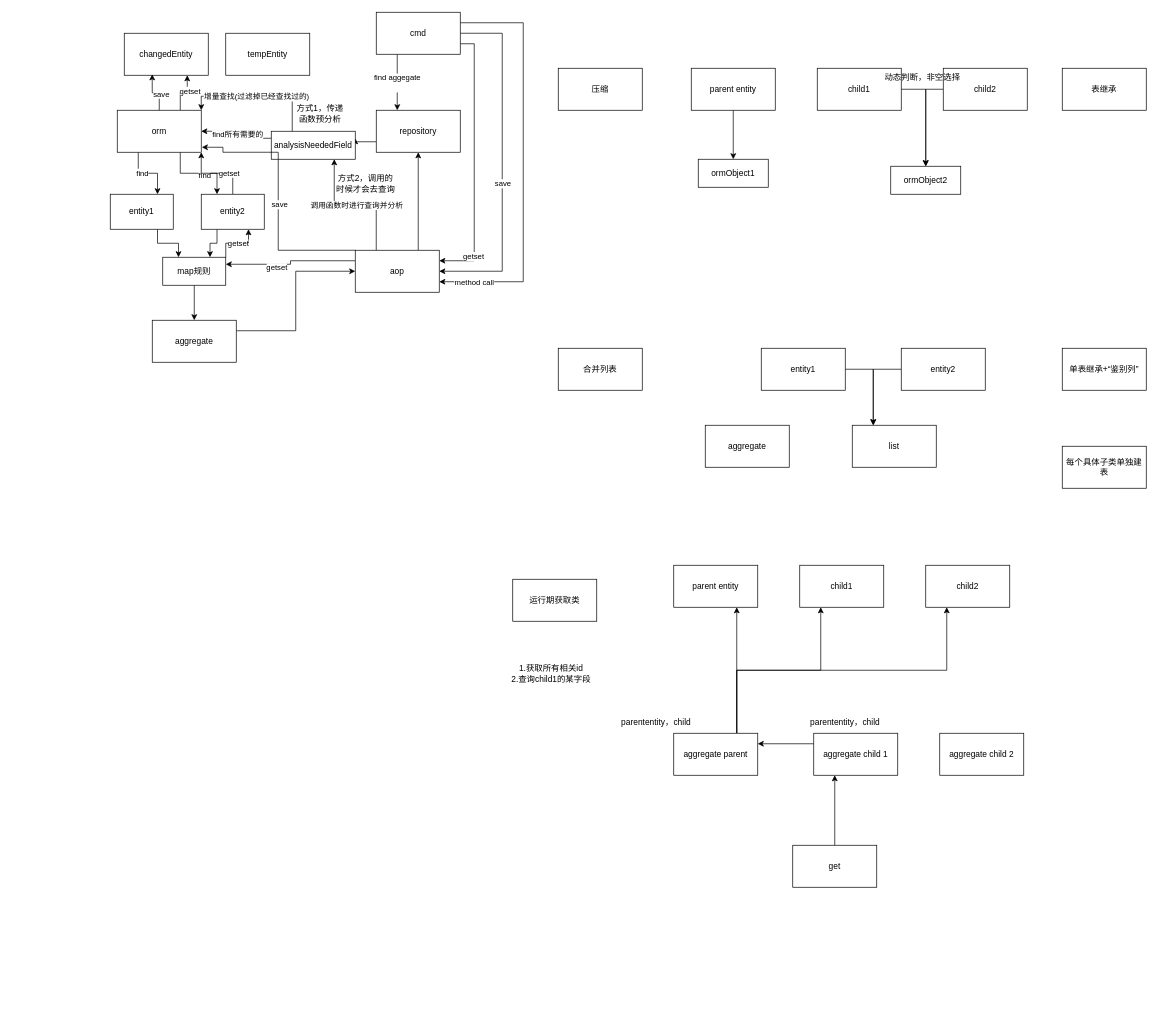
Before: better-ddd-jimmer/draw/better-ddd流程.drawio in morecup/jimmer-ddd, a draw.io diagram. Source tidied: cells renumbered, new cells numbered last; positions are measured from the earlier drawing's top-left corner, leaving out a move shared by most shapes. Both pictures are drawn from the tidied source at 70%, with x=0, y=0 at pixel (110, 12).
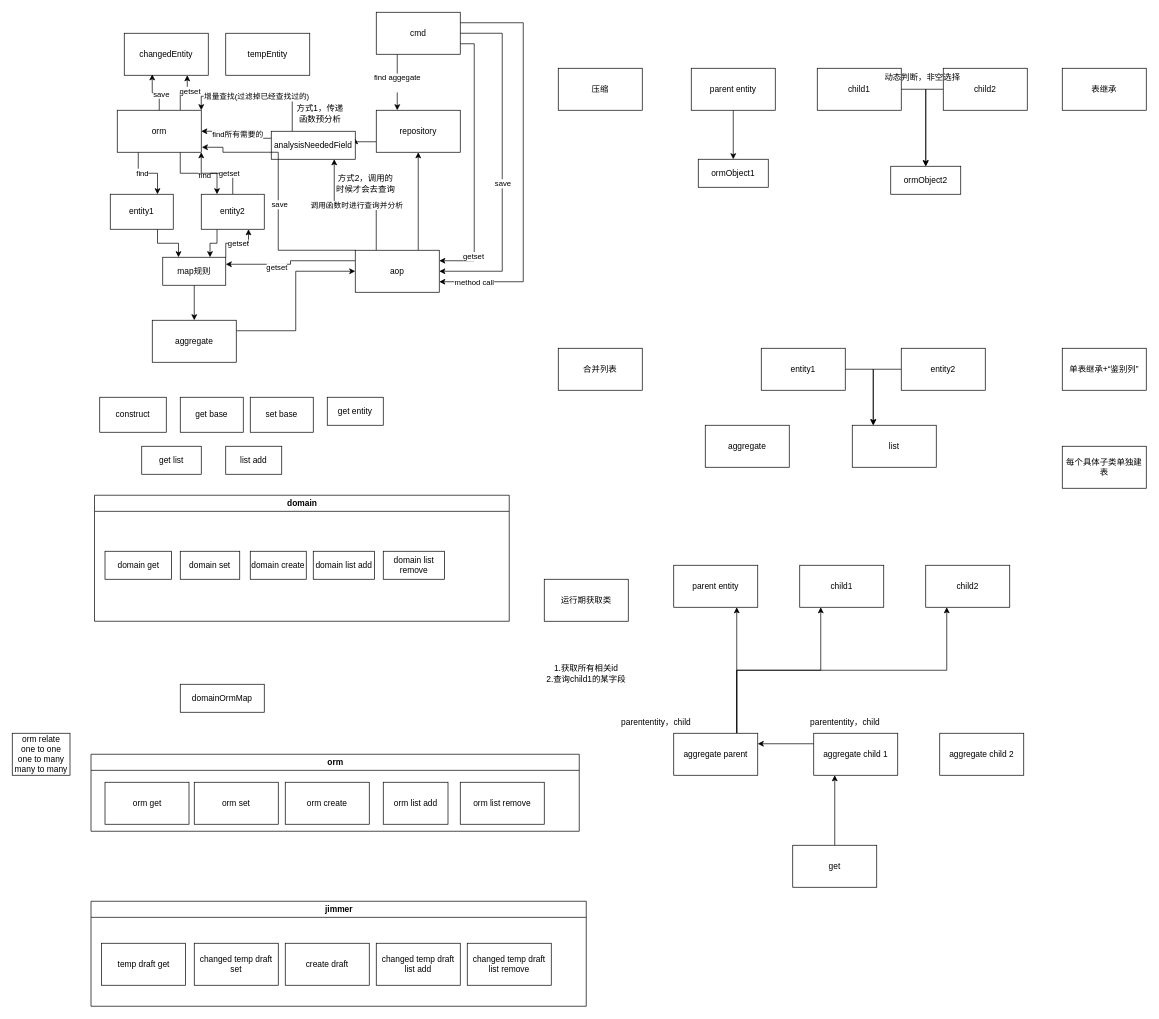
After the change.

What changed in the source:
```diff
@@
     <mxCell id="66" value="运行期获取类" style="rounded=0;whiteSpace=wrap;html=1;" parent="1" vertex="1">
-      <mxGeometry x="575" y="810" width="120" height="60" as="geometry" />
+      <mxGeometry x="620" y="810" width="120" height="60" as="geometry" />
     </mxCell>
@@
     <mxCell id="80" value="1.获取所有相关id&lt;div&gt;2.查询child1的某字段&lt;/div&gt;" style="text;html=1;align=center;verticalAlign=middle;whiteSpace=wrap;rounded=0;" parent="1" vertex="1">
-      <mxGeometry x="515" y="890" width="230" height="110" as="geometry" />
+      <mxGeometry x="565" y="890" width="230" height="110" as="geometry" />
     </mxCell>
@@
+    <mxCell id="87" value="construct" style="rounded=0;whiteSpace=wrap;html=1;" parent="1" vertex="1">
+      <mxGeometry x="-15" y="550" width="95" height="50" as="geometry" />
+    </mxCell>
+    <mxCell id="88" value="get base" style="rounded=0;whiteSpace=wrap;html=1;" parent="1" vertex="1">
+      <mxGeometry x="100" y="550" width="90" height="50" as="geometry" />
+    </mxCell>
+    <mxCell id="89" value="set base" style="rounded=0;whiteSpace=wrap;html=1;" parent="1" vertex="1">
+      <mxGeometry x="200" y="550" width="90" height="50" as="geometry" />
+    </mxCell>
+    <mxCell id="90" value="list add" style="rounded=0;whiteSpace=wrap;html=1;" parent="1" vertex="1">
+      <mxGeometry x="165" y="620" width="80" height="40" as="geometry" />
+    </mxCell>
+    <mxCell id="91" value="get list" style="rounded=0;whiteSpace=wrap;html=1;" parent="1" vertex="1">
+      <mxGeometry x="45" y="620" width="85" height="40" as="geometry" />
+    </mxCell>
+    <mxCell id="92" value="get entity" style="rounded=0;whiteSpace=wrap;html=1;" parent="1" vertex="1">
+      <mxGeometry x="310" y="550" width="80" height="40" as="geometry" />
+    </mxCell>
+    <mxCell id="93" value="domain" style="swimlane;whiteSpace=wrap;html=1;" parent="1" vertex="1">
+      <mxGeometry x="-22.5" y="690" width="592.5" height="180" as="geometry" />
+    </mxCell>
+    <mxCell id="94" value="domain get" style="whiteSpace=wrap;html=1;" parent="93" vertex="1">
+      <mxGeometry x="15" y="80" width="95" height="40" as="geometry" />
+    </mxCell>
+    <mxCell id="95" value="domain set" style="whiteSpace=wrap;html=1;" parent="93" vertex="1">
+      <mxGeometry x="122.5" y="80" width="85" height="40" as="geometry" />
+    </mxCell>
+    <mxCell id="96" value="domain create" style="rounded=0;whiteSpace=wrap;html=1;" parent="93" vertex="1">
+      <mxGeometry x="222.5" y="80" width="80" height="40" as="geometry" />
+    </mxCell>
+    <mxCell id="97" value="domain list add" style="rounded=0;whiteSpace=wrap;html=1;" parent="93" vertex="1">
+      <mxGeometry x="312.5" y="80" width="87.5" height="40" as="geometry" />
+    </mxCell>
+    <mxCell id="98" value="domain list remove" style="rounded=0;whiteSpace=wrap;html=1;" parent="93" vertex="1">
+      <mxGeometry x="412.5" y="80" width="87.5" height="40" as="geometry" />
+    </mxCell>
+    <mxCell id="99" value="orm" style="swimlane;whiteSpace=wrap;html=1;" parent="1" vertex="1">
+      <mxGeometry x="-27.5" y="1060" width="697.5" height="110" as="geometry" />
+    </mxCell>
+    <mxCell id="100" value="orm get" style="rounded=0;whiteSpace=wrap;html=1;" parent="99" vertex="1">
+      <mxGeometry x="20" y="40" width="120" height="60" as="geometry" />
+    </mxCell>
+    <mxCell id="101" value="orm set" style="rounded=0;whiteSpace=wrap;html=1;" parent="99" vertex="1">
+      <mxGeometry x="147.5" y="40" width="120" height="60" as="geometry" />
+    </mxCell>
+    <mxCell id="102" value="orm create" style="rounded=0;whiteSpace=wrap;html=1;" parent="99" vertex="1">
+      <mxGeometry x="277.5" y="40" width="120" height="60" as="geometry" />
+    </mxCell>
+    <mxCell id="103" value="orm list add" style="rounded=0;whiteSpace=wrap;html=1;" parent="99" vertex="1">
+      <mxGeometry x="417.5" y="40" width="92.5" height="60" as="geometry" />
+    </mxCell>
+    <mxCell id="104" value="orm list remove" style="rounded=0;whiteSpace=wrap;html=1;" parent="99" vertex="1">
+      <mxGeometry x="527.5" y="40" width="120" height="60" as="geometry" />
+    </mxCell>
+    <mxCell id="105" value="domainOrmMap" style="rounded=0;whiteSpace=wrap;html=1;" parent="1" vertex="1">
+      <mxGeometry x="100" y="960" width="120" height="40" as="geometry" />
+    </mxCell>
+    <mxCell id="106" value="jimmer" style="swimlane;whiteSpace=wrap;html=1;" parent="1" vertex="1">
+      <mxGeometry x="-27.5" y="1270" width="707.5" height="150" as="geometry" />
+    </mxCell>
+    <mxCell id="107" value="temp draft get" style="rounded=0;whiteSpace=wrap;html=1;" parent="106" vertex="1">
+      <mxGeometry x="15" y="60" width="120" height="60" as="geometry" />
+    </mxCell>
+    <mxCell id="108" value="changed temp draft set" style="rounded=0;whiteSpace=wrap;html=1;" parent="106" vertex="1">
+      <mxGeometry x="147.5" y="60" width="120" height="60" as="geometry" />
+    </mxCell>
+    <mxCell id="109" value="create draft" style="rounded=0;whiteSpace=wrap;html=1;" parent="106" vertex="1">
+      <mxGeometry x="277.5" y="60" width="120" height="60" as="geometry" />
+    </mxCell>
+    <mxCell id="110" value="changed temp draft list add" style="rounded=0;whiteSpace=wrap;html=1;" parent="106" vertex="1">
+      <mxGeometry x="407.5" y="60" width="120" height="60" as="geometry" />
+    </mxCell>
+    <mxCell id="111" value="changed temp draft list remove" style="rounded=0;whiteSpace=wrap;html=1;" parent="106" vertex="1">
+      <mxGeometry x="537.5" y="60" width="120" height="60" as="geometry" />
+    </mxCell>
+    <mxCell id="112" value="orm relate&lt;div&gt;one to one&lt;/div&gt;&lt;div&gt;one to many&lt;/div&gt;&lt;div&gt;many to many&lt;/div&gt;" style="rounded=0;whiteSpace=wrap;html=1;" parent="1" vertex="1">
+      <mxGeometry x="-140" y="1030" width="82.5" height="60" as="geometry" />
+    </mxCell>
```
